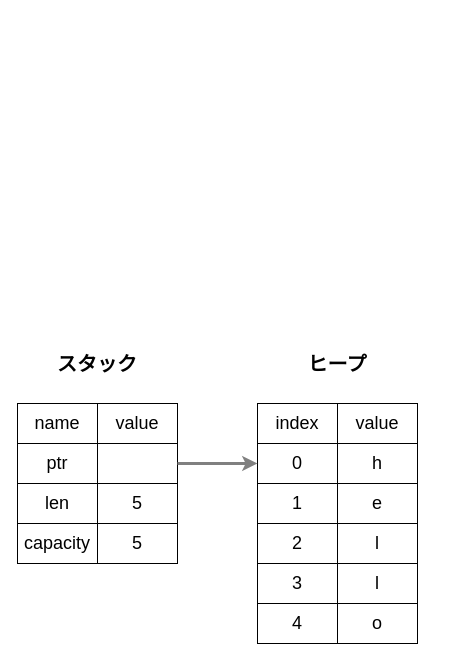
This is image/image.drawio from kento-yoshidu/LearningRust, a draw.io file, before an edit. Source tidied: cells renumbered, new cells numbered last; positions are measured from the earlier drawing's top-left corner, leaving out a move shared by most shapes. Both pictures are drawn from the tidied source at 100%, with x=0, y=0 at pixel (17, 343).
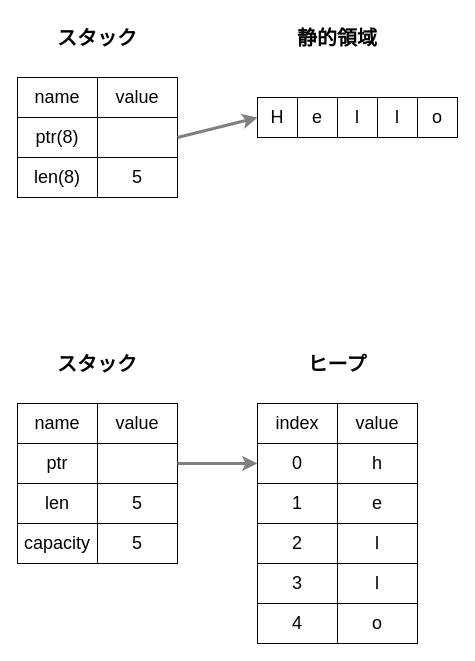
Above is the later version.

Change to the diagram source:
```diff
@@
+    <mxCell id="25" value="name&lt;br style=&quot;font-size: 18px;&quot;&gt;" style="rounded=0;whiteSpace=wrap;html=1;fontSize=18;" parent="1" vertex="1">
+      <mxGeometry y="-266" width="80" height="40" as="geometry" />
+    </mxCell>
+    <mxCell id="26" value="スタック" style="text;html=1;strokeColor=none;fillColor=none;align=center;verticalAlign=middle;whiteSpace=wrap;rounded=0;fontSize=20;fontStyle=1;" parent="1" vertex="1">
+      <mxGeometry y="-326" width="160" height="40" as="geometry" />
+    </mxCell>
+    <mxCell id="27" value="value" style="rounded=0;whiteSpace=wrap;html=1;fontSize=18;" parent="1" vertex="1">
+      <mxGeometry x="80" y="-266" width="80" height="40" as="geometry" />
+    </mxCell>
+    <mxCell id="28" value="ptr(8)" style="rounded=0;whiteSpace=wrap;html=1;fontSize=18;" parent="1" vertex="1">
+      <mxGeometry y="-226" width="80" height="40" as="geometry" />
+    </mxCell>
+    <mxCell id="29" style="rounded=0;whiteSpace=wrap;html=1;fontSize=18;" parent="1" vertex="1">
+      <mxGeometry x="80" y="-226" width="80" height="40" as="geometry" />
+    </mxCell>
+    <mxCell id="30" value="len(8)" style="rounded=0;whiteSpace=wrap;html=1;fontSize=18;" parent="1" vertex="1">
+      <mxGeometry y="-186" width="80" height="40" as="geometry" />
+    </mxCell>
+    <mxCell id="31" value="5" style="rounded=0;whiteSpace=wrap;html=1;fontSize=18;" parent="1" vertex="1">
+      <mxGeometry x="80" y="-186" width="80" height="40" as="geometry" />
+    </mxCell>
+    <mxCell id="32" value="静的領域" style="text;html=1;strokeColor=none;fillColor=none;align=center;verticalAlign=middle;whiteSpace=wrap;rounded=0;fontSize=20;fontStyle=1;" parent="1" vertex="1">
+      <mxGeometry x="240" y="-326" width="160" height="40" as="geometry" />
+    </mxCell>
+    <mxCell id="33" value="H" style="rounded=0;whiteSpace=wrap;html=1;fontSize=18;" parent="1" vertex="1">
+      <mxGeometry x="240" y="-246" width="40" height="40" as="geometry" />
+    </mxCell>
+    <mxCell id="34" style="endArrow=classic;html=1;rounded=0;fontSize=18;exitX=1;exitY=0.5;exitDx=0;exitDy=0;entryX=0;entryY=0.5;entryDx=0;entryDy=0;strokeWidth=3;strokeColor=#808080;" parent="1" edge="1" source="29" target="33">
+      <mxGeometry relative="1" as="geometry" />
+    </mxCell>
+    <mxCell id="35" value="e" style="rounded=0;whiteSpace=wrap;html=1;fontSize=18;" parent="1" vertex="1">
+      <mxGeometry x="280" y="-246" width="40" height="40" as="geometry" />
+    </mxCell>
+    <mxCell id="36" value="o" style="rounded=0;whiteSpace=wrap;html=1;fontSize=18;" parent="1" vertex="1">
+      <mxGeometry x="400" y="-246" width="40" height="40" as="geometry" />
+    </mxCell>
+    <mxCell id="37" value="l" style="rounded=0;whiteSpace=wrap;html=1;fontSize=18;" parent="1" vertex="1">
+      <mxGeometry x="360" y="-246" width="40" height="40" as="geometry" />
+    </mxCell>
+    <mxCell id="38" value="l" style="rounded=0;whiteSpace=wrap;html=1;fontSize=18;" parent="1" vertex="1">
+      <mxGeometry x="320" y="-246" width="40" height="40" as="geometry" />
+    </mxCell>
```
